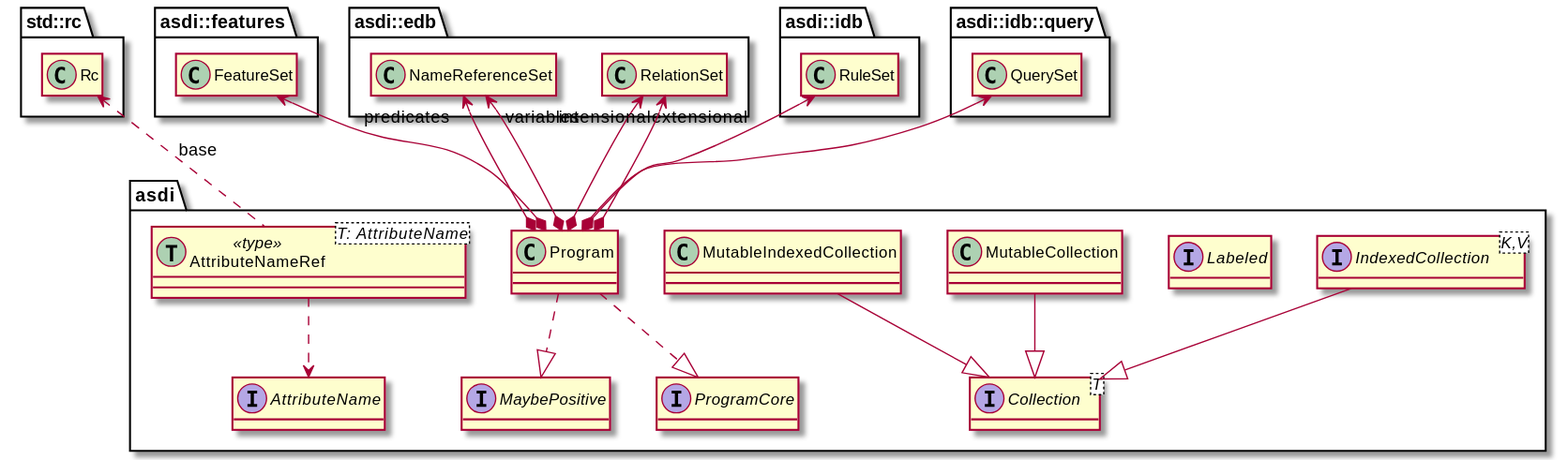
Above: book/src/model/lib.svg in johnstonskj/rust-asdi (PlantUML), before the change.
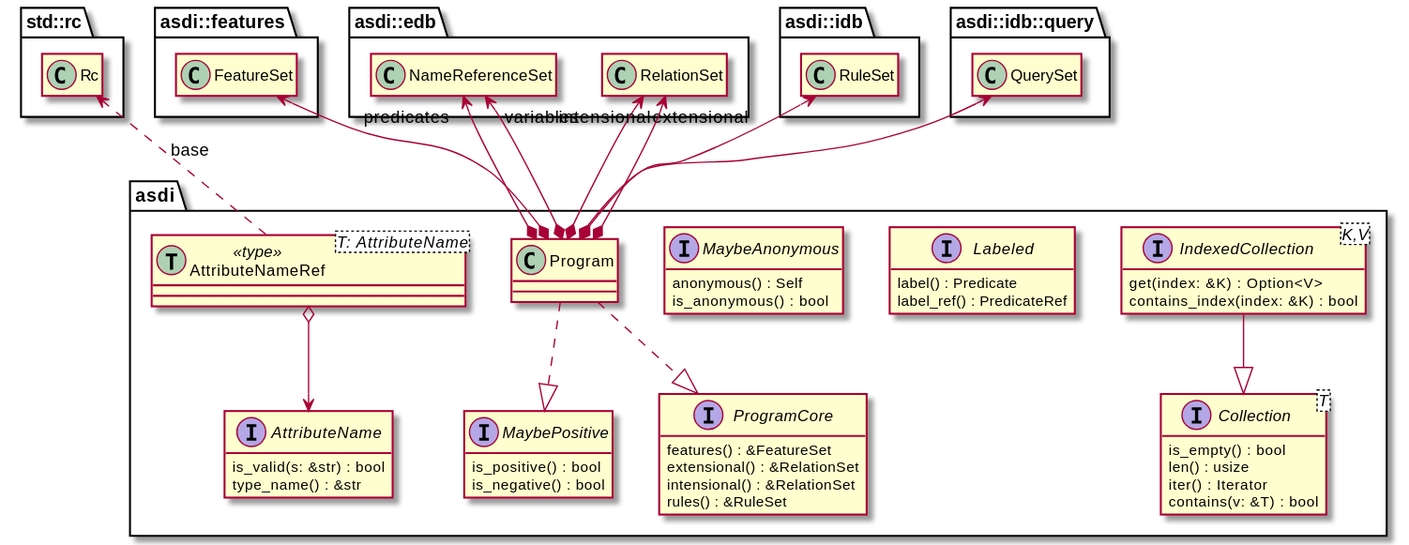
The same diagram one commit later.

Change to the diagram source:
```diff
@@ -22,16 +22,40 @@
 
 namespace asdi {
 
-    interface AttributeName
-    interface Collection<T>
-    interface IndexedCollection<K,V>
-    interface Labeled
-    interface MaybePositive
-    interface ProgramCore
+    interface AttributeName {
+        is_valid(s: &str) : bool
+        type_name() : &str
+    }
+    interface Collection<T> {
+        is_empty() : bool
+        len() : usize
+        iter() : Iterator<&T>
+        contains(v: &T) : bool
+    }
+    interface IndexedCollection<K,V> {
+        get(index: &K) : Option<V>
+        contains_index(index: &K) : bool
+    }
+    interface Labeled {
+        label() : Predicate
+        label_ref() : PredicateRef
+    }
+    interface MaybeAnonymous {
+        anonymous() : Self
+        is_anonymous() : bool
+    }
+    interface MaybePositive {
+        is_positive() : bool
+        is_negative() : bool
+    }
+    interface ProgramCore {
+        features() : &FeatureSet
+        extensional() : &RelationSet
+        intensional() : &RelationSet
+        rules() : &RuleSet
+    }
 
     IndexedCollection --|> Collection
-    MutableCollection --|> Collection
-    MutableIndexedCollection --|> Collection
 
     class Program
 
@@ -47,7 +71,7 @@
 
     class AttributeNameRef<T: AttributeName> << (T,#ADD1B2) type>>
     AttributeNameRef .up.> std::rc::Rc : base
-    AttributeNameRef ..> AttributeName
+    AttributeNameRef o-down-> AttributeName
 }
 
 @enduml
```
